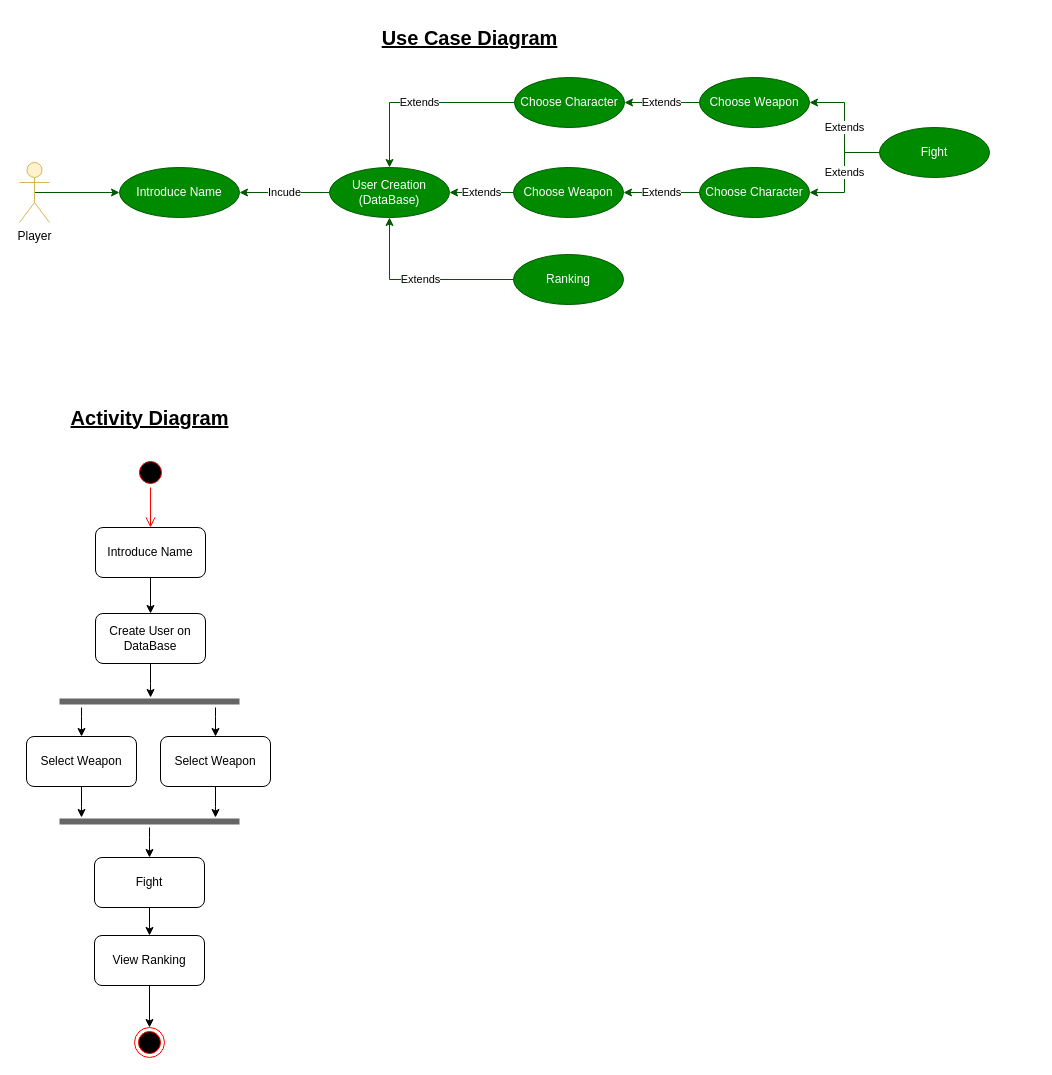
Earlier version of the draw.io diagram M5-Entorns/Diagrams.drawio (IFurio/BatallaRazasJava). Source tidied: cells renumbered, new cells numbered last; positions are measured from the earlier drawing's top-left corner, leaving out a move shared by most shapes. Both pictures are drawn from the tidied source at 100%, with x=0, y=0 at pixel (19, 17).
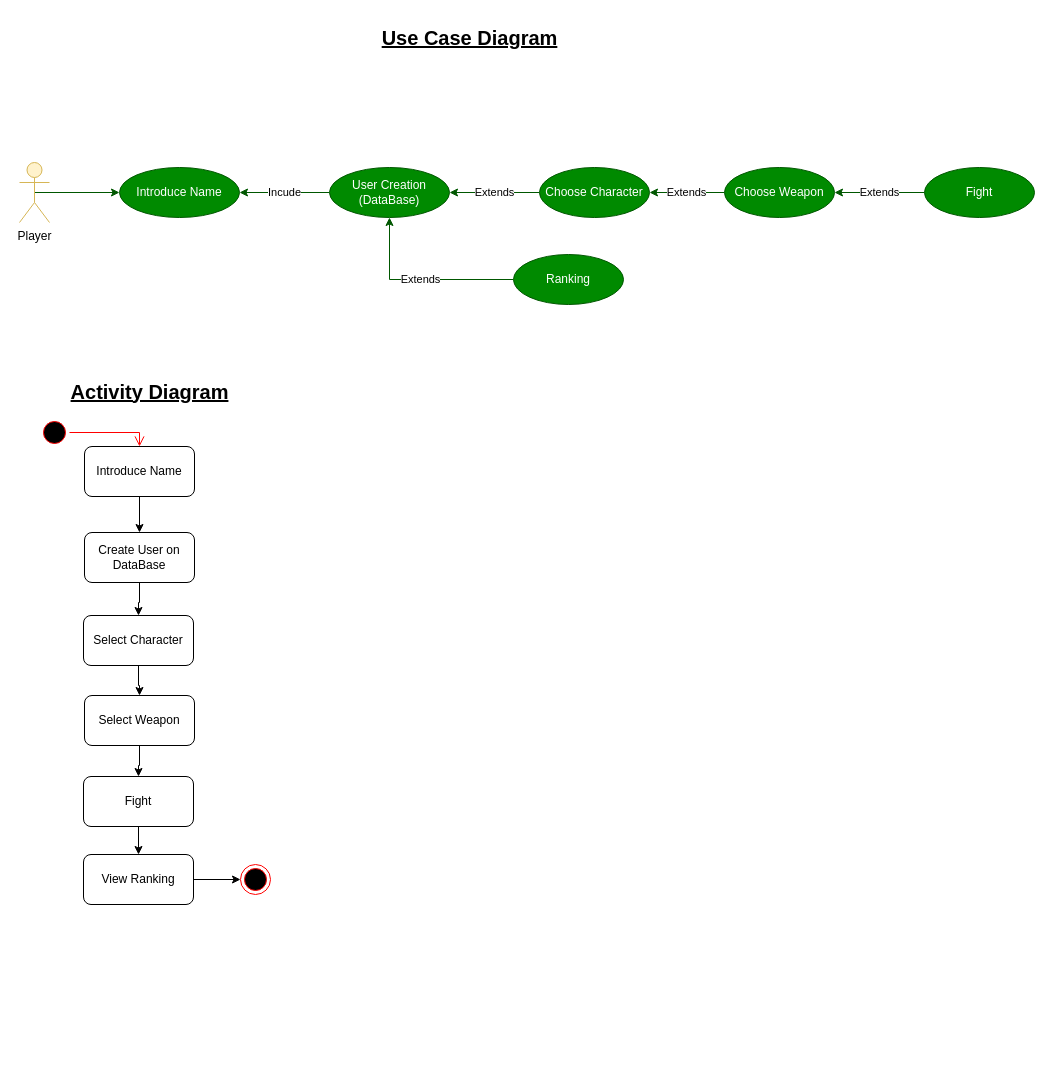
After the change.

The change refers to these unchanged cells:
```xml
<mxCell id="6" value="&lt;div&gt;User Creation (DataBase)&lt;br&gt;&lt;/div&gt;" style="ellipse;whiteSpace=wrap;html=1;fillColor=#008a00;fontColor=#ffffff;strokeColor=#005700;" parent="1" vertex="1">
  <mxGeometry x="310" y="150" width="120" height="50" as="geometry" />
</mxCell>
```

What changed in the source:
```diff
@@
-    <mxCell id="8" value="Extends" style="edgeStyle=orthogonalEdgeStyle;rounded=0;jettySize=auto;html=1;entryX=1;entryY=0.5;entryDx=0;entryDy=0;fillColor=#008a00;strokeColor=#005700;" parent="1" edge="1" source="9" target="19">
-      <mxGeometry relative="1" as="geometry" />
-    </mxCell>
     <mxCell id="9" value="Fight" style="ellipse;whiteSpace=wrap;html=1;fillColor=#008a00;fontColor=#ffffff;strokeColor=#005700;" parent="1" vertex="1">
-      <mxGeometry x="860" y="110" width="110" height="50" as="geometry" />
+      <mxGeometry x="905" y="150" width="110" height="50" as="geometry" />
     </mxCell>
-    <mxCell id="10" value="Extends" style="edgeStyle=orthogonalEdgeStyle;rounded=0;jettySize=auto;html=1;entryX=1;entryY=0.5;entryDx=0;entryDy=0;fillColor=#008a00;strokeColor=#005700;" parent="1" edge="1" source="11" target="6">
-      <mxGeometry relative="1" as="geometry" />
-    </mxCell>
-    <mxCell id="11" value="Choose Weapon" style="ellipse;whiteSpace=wrap;html=1;fillColor=#008a00;fontColor=#ffffff;strokeColor=#005700;" parent="1" vertex="1">
-      <mxGeometry x="494" y="150" width="110" height="50" as="geometry" />
-    </mxCell>
-    <mxCell id="12" value="Extends" style="edgeStyle=orthogonalEdgeStyle;rounded=0;jettySize=auto;html=1;entryX=0.5;entryY=0;entryDx=0;entryDy=0;fillColor=#008a00;strokeColor=#005700;" parent="1" edge="1" source="13" target="6">
+    <mxCell id="12" value="Extends" style="edgeStyle=orthogonalEdgeStyle;rounded=0;jettySize=auto;html=1;entryX=1;entryY=0.5;entryDx=0;entryDy=0;fillColor=#008a00;strokeColor=#005700;" parent="1" edge="1" source="13" target="6">
       <mxGeometry relative="1" as="geometry" />
     </mxCell>
     <mxCell id="13" value="Choose Character" style="ellipse;whiteSpace=wrap;html=1;fillColor=#008a00;fontColor=#ffffff;strokeColor=#005700;" parent="1" vertex="1">
-      <mxGeometry x="495" y="60" width="110" height="50" as="geometry" />
+      <mxGeometry x="520" y="150" width="110" height="50" as="geometry" />
     </mxCell>
@@
     <mxCell id="17" value="Choose Weapon" style="ellipse;whiteSpace=wrap;html=1;fillColor=#008a00;fontColor=#ffffff;strokeColor=#005700;" parent="1" vertex="1">
-      <mxGeometry x="680" y="60" width="110" height="50" as="geometry" />
+      <mxGeometry x="705" y="150" width="110" height="50" as="geometry" />
     </mxCell>
-    <mxCell id="18" value="Extends" style="edgeStyle=orthogonalEdgeStyle;rounded=0;jettySize=auto;html=1;entryX=1;entryY=0.5;entryDx=0;entryDy=0;fillColor=#008a00;strokeColor=#005700;" parent="1" edge="1" source="19" target="11">
-      <mxGeometry relative="1" as="geometry" />
+    <mxCell id="18" value="Extends" style="edgeStyle=orthogonalEdgeStyle;rounded=0;orthogonalLoop=1;jettySize=auto;html=1;entryX=1;entryY=0.5;entryDx=0;entryDy=0;fillColor=#008a00;strokeColor=#005700;" parent="1" edge="1">
+      <mxGeometry relative="1" as="geometry">
+        <mxPoint x="604" y="175" as="targetPoint" />
+      </mxGeometry>
     </mxCell>
-    <mxCell id="19" value="Choose Character" style="ellipse;whiteSpace=wrap;html=1;fillColor=#008a00;fontColor=#ffffff;strokeColor=#005700;" parent="1" vertex="1">
-      <mxGeometry x="680" y="150" width="110" height="50" as="geometry" />
-    </mxCell>
     <mxCell id="20" style="ellipse;html=1;shape=startState;fillColor=#000000;strokeColor=#ff0000;" parent="1" vertex="1">
-      <mxGeometry x="116" y="440" width="30" height="30" as="geometry" />
+      <mxGeometry x="20" y="400" width="30" height="30" as="geometry" />
     </mxCell>
@@
     <mxCell id="23" value="Introduce Name" style="html=1;whiteSpace=wrap;rounded=1;" parent="1" vertex="1">
-      <mxGeometry x="76" y="510" width="110" height="50" as="geometry" />
+      <mxGeometry x="65" y="429" width="110" height="50" as="geometry" />
     </mxCell>
-    <mxCell id="24" style="edgeStyle=orthogonalEdgeStyle;rounded=0;jettySize=auto;html=1;entryX=0.506;entryY=0;entryDx=0;entryDy=0;entryPerimeter=0;" parent="1" edge="1" source="25" target="29">
-      <mxGeometry relative="1" as="geometry" />
-    </mxCell>
+    <mxCell id="42" style="edgeStyle=orthogonalEdgeStyle;rounded=0;jettySize=auto;html=1;entryX=0.5;entryY=0;entryDx=0;entryDy=0;" parent="1" edge="1" source="25" target="28">
+      <mxGeometry relative="1" as="geometry" />
+    </mxCell>
     <mxCell id="25" value="Create User on DataBase" style="html=1;whiteSpace=wrap;rounded=1;" parent="1" vertex="1">
-      <mxGeometry x="76" y="596" width="110" height="50" as="geometry" />
+      <mxGeometry x="65" y="515" width="110" height="50" as="geometry" />
     </mxCell>
-    <mxCell id="26" style="edgeStyle=orthogonalEdgeStyle;rounded=0;jettySize=auto;html=1;startArrow=classic;startFill=1;endArrow=none;endFill=0;" parent="1" edge="1" source="28">
-      <mxGeometry relative="1" as="geometry">
-        <mxPoint x="62" y="690" as="targetPoint" />
-      </mxGeometry>
-    </mxCell>
-    <mxCell id="27" style="edgeStyle=orthogonalEdgeStyle;rounded=0;jettySize=auto;html=1;" parent="1" edge="1" source="28">
-      <mxGeometry relative="1" as="geometry">
-        <mxPoint x="62" y="800" as="targetPoint" />
-      </mxGeometry>
-    </mxCell>
+    <mxCell id="43" style="edgeStyle=orthogonalEdgeStyle;rounded=0;jettySize=auto;html=1;entryX=0.5;entryY=0;entryDx=0;entryDy=0;" parent="1" edge="1" source="28" target="32">
+      <mxGeometry relative="1" as="geometry" />
+    </mxCell>
-    <mxCell id="28" value="Select Weapon" style="html=1;whiteSpace=wrap;rounded=1;" parent="1" vertex="1">
-      <mxGeometry x="7" y="719" width="110" height="50" as="geometry" />
+    <mxCell id="28" value="Select Character" style="html=1;whiteSpace=wrap;rounded=1;" parent="1" vertex="1">
+      <mxGeometry x="64" y="598" width="110" height="50" as="geometry" />
     </mxCell>
-    <mxCell id="29" style="line;strokeWidth=6;align=left;verticalAlign=middle;spacingTop=-1;spacingLeft=3;spacingRight=3;labelPosition=right;points=[];portConstraint=eastwest;shadow=0;fillColor=#f5f5f5;gradientColor=#b3b3b3;strokeColor=#666666;" parent="1" vertex="1">
-      <mxGeometry x="40" y="680" width="180" height="8" as="geometry" />
-    </mxCell>
-    <mxCell id="30" style="edgeStyle=orthogonalEdgeStyle;rounded=0;jettySize=auto;html=1;endArrow=none;endFill=0;startArrow=classic;startFill=1;" parent="1" edge="1" source="32">
-      <mxGeometry relative="1" as="geometry">
-        <mxPoint x="196" y="690" as="targetPoint" />
-      </mxGeometry>
-    </mxCell>
-    <mxCell id="31" style="edgeStyle=orthogonalEdgeStyle;rounded=0;jettySize=auto;html=1;" parent="1" edge="1" source="32">
-      <mxGeometry relative="1" as="geometry">
-        <mxPoint x="196" y="800" as="targetPoint" />
-      </mxGeometry>
-    </mxCell>
+    <mxCell id="44" style="edgeStyle=orthogonalEdgeStyle;rounded=0;jettySize=auto;html=1;entryX=0.5;entryY=0;entryDx=0;entryDy=0;" parent="1" edge="1" source="32" target="36">
+      <mxGeometry relative="1" as="geometry" />
+    </mxCell>
     <mxCell id="32" value="Select Weapon" style="html=1;whiteSpace=wrap;rounded=1;" parent="1" vertex="1">
-      <mxGeometry x="141" y="719" width="110" height="50" as="geometry" />
+      <mxGeometry x="65" y="678" width="110" height="50" as="geometry" />
     </mxCell>
-    <mxCell id="33" style="line;strokeWidth=6;align=left;verticalAlign=middle;spacingTop=-1;spacingLeft=3;spacingRight=3;labelPosition=right;shadow=0;fillColor=#f5f5f5;gradientColor=#b3b3b3;strokeColor=#666666;" parent="1" vertex="1">
-      <mxGeometry x="40" y="800" width="180" height="8" as="geometry" />
-    </mxCell>
-    <mxCell id="34" style="edgeStyle=orthogonalEdgeStyle;rounded=0;jettySize=auto;html=1;startArrow=classic;startFill=1;endArrow=none;endFill=0;" parent="1" edge="1" source="36">
-      <mxGeometry relative="1" as="geometry">
-        <mxPoint x="130" y="810" as="targetPoint" />
-      </mxGeometry>
-    </mxCell>
@@
     <mxCell id="36" value="Fight" style="html=1;whiteSpace=wrap;rounded=1;" parent="1" vertex="1">
-      <mxGeometry x="75" y="840" width="110" height="50" as="geometry" />
+      <mxGeometry x="64" y="759" width="110" height="50" as="geometry" />
     </mxCell>
-    <mxCell id="37" style="edgeStyle=orthogonalEdgeStyle;rounded=0;jettySize=auto;html=1;entryX=0.5;entryY=0;entryDx=0;entryDy=0;" parent="1" edge="1" source="38" target="39">
+    <mxCell id="37" style="edgeStyle=orthogonalEdgeStyle;rounded=0;jettySize=auto;html=1;entryX=0;entryY=0.5;entryDx=0;entryDy=0;" parent="1" edge="1" source="38" target="39">
       <mxGeometry relative="1" as="geometry" />
     </mxCell>
     <mxCell id="38" value="View Ranking" style="html=1;whiteSpace=wrap;rounded=1;" parent="1" vertex="1">
-      <mxGeometry x="75" y="918" width="110" height="50" as="geometry" />
+      <mxGeometry x="64" y="837" width="110" height="50" as="geometry" />
     </mxCell>
     <mxCell id="39" style="ellipse;html=1;shape=endState;fillColor=#000000;strokeColor=#ff0000;" parent="1" vertex="1">
-      <mxGeometry x="115" y="1010" width="30" height="30" as="geometry" />
+      <mxGeometry x="221" y="847" width="30" height="30" as="geometry" />
     </mxCell>
@@
     <mxCell id="41" value="&lt;font style=&quot;font-size: 20px;&quot;&gt;&lt;b&gt;&lt;u&gt;Activity Diagram&lt;/u&gt;&lt;/b&gt;&lt;/font&gt;" style="text;html=1;align=center;verticalAlign=middle;" parent="1" vertex="1">
-      <mxGeometry x="40" y="380" width="180" height="40" as="geometry" />
+      <mxGeometry x="40" y="354" width="180" height="40" as="geometry" />
     </mxCell>
```
